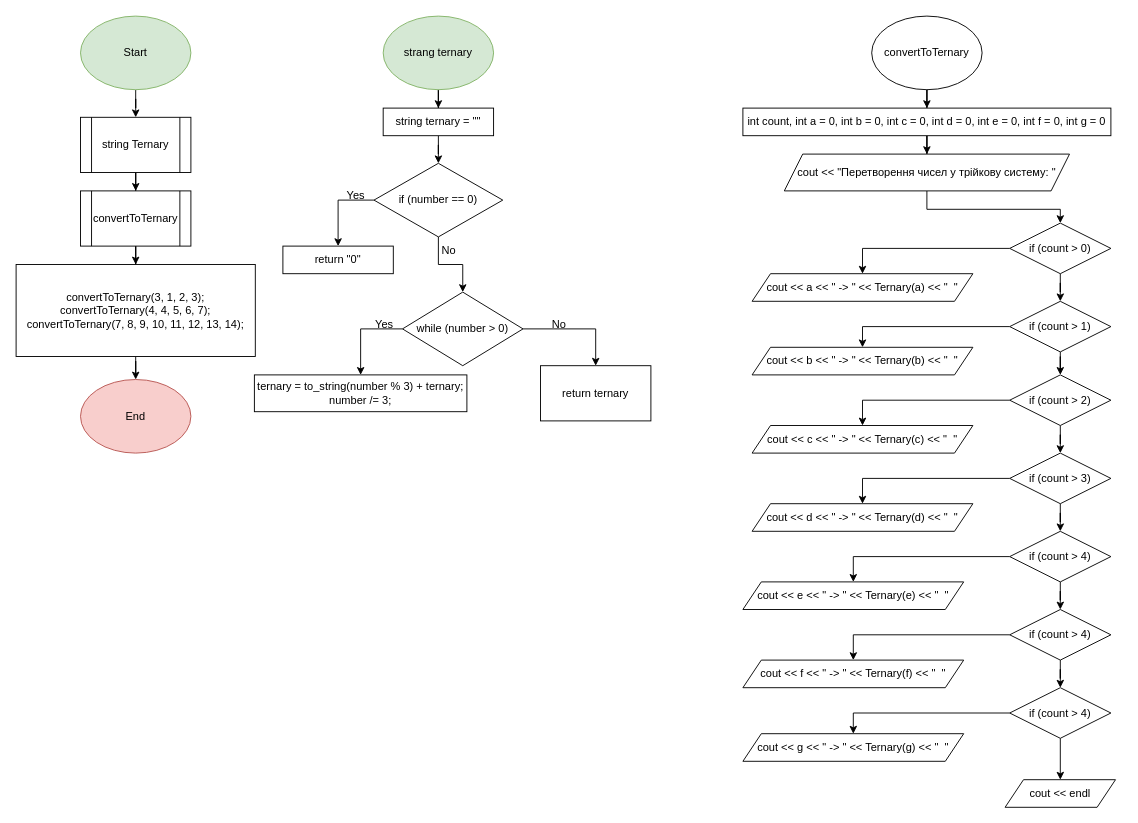
This is ai_11/denys_bodnar/epic_3/Flowcharts/vns_lab_7_task_1_variant_13_denys_bodnar.drawio from artificial-intelligence-department/ai_programming_playground_2024, a draw.io file, before an edit. Source tidied: cells renumbered, new cells numbered last; positions are measured from the earlier drawing's top-left corner, leaving out a move shared by most shapes. Both pictures are drawn from the tidied source at 92%, with x=0, y=0 at pixel (16, 16).
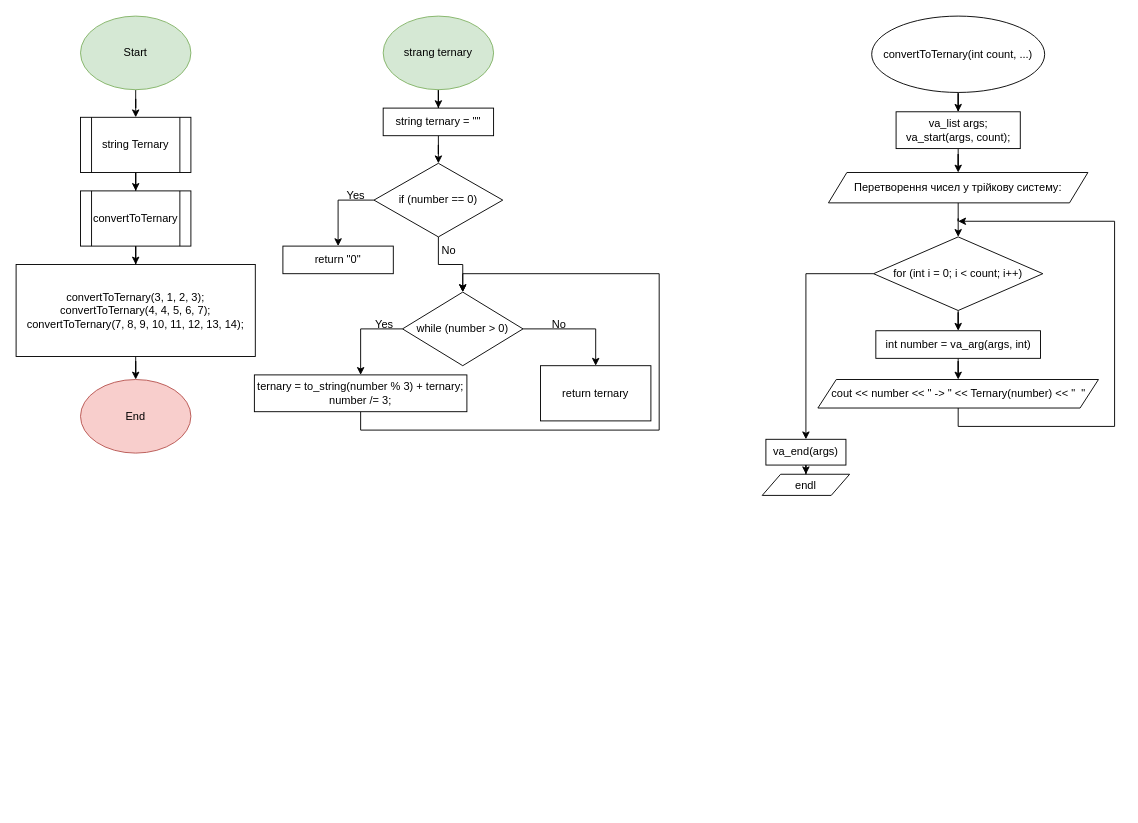
After the change.

Commit message (it also covers changes not shown here):
Changed the code files, flowcharts and reports

Unchanged cells that the change refers to:
```xml
<mxCell id="23" value="while (number &amp;gt; 0)" style="rhombus;whiteSpace=wrap;html=1;" parent="1" vertex="1">
  <mxGeometry x="420" y="300" width="131" height="80" as="geometry" />
</mxCell>
<mxCell id="24" value="&lt;div&gt;ternary = to_string(number % 3) + ternary;&lt;/div&gt;&lt;div&gt;number /= 3;&lt;/div&gt;" style="rounded=0;whiteSpace=wrap;html=1;" parent="1" vertex="1">
  <mxGeometry x="259" y="390" width="231" height="40" as="geometry" />
</mxCell>
```

Change to the diagram source:
```diff
@@
+    <mxCell id="63" style="edgeStyle=orthogonalEdgeStyle;rounded=0;jettySize=auto;html=1;exitX=0.5;exitY=1;exitDx=0;exitDy=0;entryX=0.5;entryY=0;entryDx=0;entryDy=0;" parent="1" edge="1" source="24" target="23">
+      <mxGeometry relative="1" as="geometry">
+        <Array as="points">
+          <mxPoint x="375" y="450" />
+          <mxPoint x="699" y="450" />
+          <mxPoint x="699" y="280" />
+          <mxPoint x="486" y="280" />
+        </Array>
+      </mxGeometry>
+    </mxCell>
@@
-    <mxCell id="29" value="convertToTernary" style="ellipse;whiteSpace=wrap;html=1;" parent="1" vertex="1">
-      <mxGeometry x="930" width="120" height="80" as="geometry" />
+    <mxCell id="29" value="convertToTernary(int count, ...)" style="ellipse;whiteSpace=wrap;html=1;" parent="1" vertex="1">
+      <mxGeometry x="930" width="188" height="83" as="geometry" />
     </mxCell>
-    <mxCell id="30" style="edgeStyle=orthogonalEdgeStyle;rounded=0;jettySize=auto;html=1;" parent="1" edge="1" source="31" target="33">
-      <mxGeometry relative="1" as="geometry" />
-    </mxCell>
+    <mxCell id="64" style="edgeStyle=orthogonalEdgeStyle;rounded=0;jettySize=auto;html=1;" parent="1" edge="1" source="31" target="66">
+      <mxGeometry relative="1" as="geometry" />
+    </mxCell>
-    <mxCell id="31" value="int count, int a = 0, int b = 0, int c = 0, int d = 0, int e = 0, int f = 0, int g = 0" style="rounded=0;whiteSpace=wrap;html=1;" parent="1" vertex="1">
-      <mxGeometry x="790" y="100" width="400" height="30" as="geometry" />
+    <mxCell id="31" value="&lt;div&gt;va_list args;&lt;/div&gt;&lt;div&gt;va_start(args, count);&lt;/div&gt;" style="rounded=0;whiteSpace=wrap;html=1;" parent="1" vertex="1">
+      <mxGeometry x="956.5" y="104" width="135" height="40" as="geometry" />
     </mxCell>
-    <mxCell id="32" style="edgeStyle=orthogonalEdgeStyle;rounded=0;jettySize=auto;html=1;" parent="1" edge="1" source="33" target="36">
-      <mxGeometry relative="1" as="geometry" />
-    </mxCell>
-    <mxCell id="33" value="cout &amp;lt;&amp;lt; &quot;Перетворення чисел у трійкову систему: &quot;" style="shape=parallelogram;perimeter=parallelogramPerimeter;whiteSpace=wrap;html=1;fixedSize=1;rounded=0;" parent="1" vertex="1">
-      <mxGeometry x="835" y="150" width="310" height="40" as="geometry" />
-    </mxCell>
-    <mxCell id="34" style="edgeStyle=orthogonalEdgeStyle;rounded=0;jettySize=auto;html=1;exitX=0;exitY=0.5;exitDx=0;exitDy=0;entryX=0.5;entryY=0;entryDx=0;entryDy=0;" parent="1" edge="1" source="36" target="37">
-      <mxGeometry relative="1" as="geometry" />
-    </mxCell>
-    <mxCell id="35" style="edgeStyle=orthogonalEdgeStyle;rounded=0;jettySize=auto;html=1;" parent="1" edge="1" source="36" target="40">
-      <mxGeometry relative="1" as="geometry" />
-    </mxCell>
-    <mxCell id="36" value="if (count &amp;gt; 0)" style="rhombus;whiteSpace=wrap;html=1;" parent="1" vertex="1">
-      <mxGeometry x="1080" y="225" width="110" height="55" as="geometry" />
-    </mxCell>
-    <mxCell id="37" value="cout &amp;lt;&amp;lt; a &amp;lt;&amp;lt; &quot; -&amp;gt; &quot; &amp;lt;&amp;lt; Ternary(a) &amp;lt;&amp;lt; &quot;&amp;nbsp; &quot;" style="shape=parallelogram;perimeter=parallelogramPerimeter;whiteSpace=wrap;html=1;fixedSize=1;" parent="1" vertex="1">
-      <mxGeometry x="800" y="280" width="240" height="30" as="geometry" />
-    </mxCell>
-    <mxCell id="38" style="edgeStyle=orthogonalEdgeStyle;rounded=0;jettySize=auto;html=1;exitX=0;exitY=0.5;exitDx=0;exitDy=0;entryX=0.5;entryY=0;entryDx=0;entryDy=0;" parent="1" edge="1" source="40" target="41">
-      <mxGeometry relative="1" as="geometry" />
-    </mxCell>
-    <mxCell id="39" style="edgeStyle=orthogonalEdgeStyle;rounded=0;jettySize=auto;html=1;" parent="1" edge="1" source="40" target="44">
-      <mxGeometry relative="1" as="geometry" />
-    </mxCell>
-    <mxCell id="40" value="if (count &amp;gt; 1)" style="rhombus;whiteSpace=wrap;html=1;" parent="1" vertex="1">
-      <mxGeometry x="1080" y="310" width="110" height="55" as="geometry" />
-    </mxCell>
-    <mxCell id="41" value="cout &amp;lt;&amp;lt; b &amp;lt;&amp;lt; &quot; -&amp;gt; &quot; &amp;lt;&amp;lt; Ternary(b) &amp;lt;&amp;lt; &quot;&amp;nbsp; &quot;" style="shape=parallelogram;perimeter=parallelogramPerimeter;whiteSpace=wrap;html=1;fixedSize=1;" parent="1" vertex="1">
-      <mxGeometry x="800" y="360" width="240" height="30" as="geometry" />
-    </mxCell>
-    <mxCell id="42" style="edgeStyle=orthogonalEdgeStyle;rounded=0;jettySize=auto;html=1;exitX=0;exitY=0.5;exitDx=0;exitDy=0;entryX=0.5;entryY=0;entryDx=0;entryDy=0;" parent="1" edge="1" source="44" target="45">
-      <mxGeometry relative="1" as="geometry" />
-    </mxCell>
-    <mxCell id="43" style="edgeStyle=orthogonalEdgeStyle;rounded=0;jettySize=auto;html=1;" parent="1" edge="1" source="44" target="48">
-      <mxGeometry relative="1" as="geometry" />
-    </mxCell>
-    <mxCell id="44" value="if (count &amp;gt; 2)" style="rhombus;whiteSpace=wrap;html=1;" parent="1" vertex="1">
-      <mxGeometry x="1080" y="390" width="110" height="55" as="geometry" />
-    </mxCell>
-    <mxCell id="45" value="cout &amp;lt;&amp;lt; c &amp;lt;&amp;lt; &quot; -&amp;gt; &quot; &amp;lt;&amp;lt; Ternary(c) &amp;lt;&amp;lt; &quot;&amp;nbsp; &quot;" style="shape=parallelogram;perimeter=parallelogramPerimeter;whiteSpace=wrap;html=1;fixedSize=1;" parent="1" vertex="1">
-      <mxGeometry x="800" y="445" width="240" height="30" as="geometry" />
-    </mxCell>
-    <mxCell id="46" style="edgeStyle=orthogonalEdgeStyle;rounded=0;jettySize=auto;html=1;exitX=0;exitY=0.5;exitDx=0;exitDy=0;entryX=0.5;entryY=0;entryDx=0;entryDy=0;" parent="1" edge="1" source="48" target="49">
-      <mxGeometry relative="1" as="geometry" />
-    </mxCell>
-    <mxCell id="47" style="edgeStyle=orthogonalEdgeStyle;rounded=0;jettySize=auto;html=1;" parent="1" edge="1" source="48" target="52">
-      <mxGeometry relative="1" as="geometry" />
-    </mxCell>
-    <mxCell id="48" value="if (count &amp;gt; 3)" style="rhombus;whiteSpace=wrap;html=1;" parent="1" vertex="1">
-      <mxGeometry x="1080" y="475" width="110" height="55" as="geometry" />
-    </mxCell>
-    <mxCell id="49" value="cout &amp;lt;&amp;lt; d &amp;lt;&amp;lt; &quot; -&amp;gt; &quot; &amp;lt;&amp;lt; Ternary(d) &amp;lt;&amp;lt; &quot;&amp;nbsp; &quot;" style="shape=parallelogram;perimeter=parallelogramPerimeter;whiteSpace=wrap;html=1;fixedSize=1;" parent="1" vertex="1">
-      <mxGeometry x="800" y="530" width="240" height="30" as="geometry" />
-    </mxCell>
-    <mxCell id="50" style="edgeStyle=orthogonalEdgeStyle;rounded=0;jettySize=auto;html=1;exitX=0;exitY=0.5;exitDx=0;exitDy=0;entryX=0.5;entryY=0;entryDx=0;entryDy=0;" parent="1" edge="1" source="52" target="53">
-      <mxGeometry relative="1" as="geometry" />
-    </mxCell>
-    <mxCell id="51" style="edgeStyle=orthogonalEdgeStyle;rounded=0;jettySize=auto;html=1;" parent="1" edge="1" source="52" target="56">
-      <mxGeometry relative="1" as="geometry" />
-    </mxCell>
-    <mxCell id="52" value="if (count &amp;gt; 4)" style="rhombus;whiteSpace=wrap;html=1;" parent="1" vertex="1">
-      <mxGeometry x="1080" y="560" width="110" height="55" as="geometry" />
-    </mxCell>
-    <mxCell id="53" value="cout &amp;lt;&amp;lt; e &amp;lt;&amp;lt; &quot; -&amp;gt; &quot; &amp;lt;&amp;lt; Ternary(e) &amp;lt;&amp;lt; &quot;&amp;nbsp; &quot;" style="shape=parallelogram;perimeter=parallelogramPerimeter;whiteSpace=wrap;html=1;fixedSize=1;" parent="1" vertex="1">
-      <mxGeometry x="790" y="615" width="240" height="30" as="geometry" />
-    </mxCell>
-    <mxCell id="54" style="edgeStyle=orthogonalEdgeStyle;rounded=0;jettySize=auto;html=1;" parent="1" edge="1" source="56" target="59">
-      <mxGeometry relative="1" as="geometry" />
-    </mxCell>
-    <mxCell id="55" style="edgeStyle=orthogonalEdgeStyle;rounded=0;jettySize=auto;html=1;exitX=0;exitY=0.5;exitDx=0;exitDy=0;entryX=0.5;entryY=0;entryDx=0;entryDy=0;" parent="1" edge="1" source="56" target="60">
-      <mxGeometry relative="1" as="geometry" />
-    </mxCell>
-    <mxCell id="56" value="if (count &amp;gt; 4)" style="rhombus;whiteSpace=wrap;html=1;" parent="1" vertex="1">
-      <mxGeometry x="1080" y="645" width="110" height="55" as="geometry" />
-    </mxCell>
-    <mxCell id="57" style="edgeStyle=orthogonalEdgeStyle;rounded=0;jettySize=auto;html=1;exitX=0;exitY=0.5;exitDx=0;exitDy=0;entryX=0.5;entryY=0;entryDx=0;entryDy=0;" parent="1" edge="1" source="59" target="61">
-      <mxGeometry relative="1" as="geometry" />
-    </mxCell>
-    <mxCell id="58" style="edgeStyle=orthogonalEdgeStyle;rounded=0;jettySize=auto;html=1;" parent="1" edge="1" source="59" target="62">
-      <mxGeometry relative="1" as="geometry" />
-    </mxCell>
-    <mxCell id="59" value="if (count &amp;gt; 4)" style="rhombus;whiteSpace=wrap;html=1;" parent="1" vertex="1">
-      <mxGeometry x="1080" y="730" width="110" height="55" as="geometry" />
-    </mxCell>
-    <mxCell id="60" value="cout &amp;lt;&amp;lt; f &amp;lt;&amp;lt; &quot; -&amp;gt; &quot; &amp;lt;&amp;lt; Ternary(f) &amp;lt;&amp;lt; &quot;&amp;nbsp; &quot;" style="shape=parallelogram;perimeter=parallelogramPerimeter;whiteSpace=wrap;html=1;fixedSize=1;" parent="1" vertex="1">
-      <mxGeometry x="790" y="700" width="240" height="30" as="geometry" />
-    </mxCell>
-    <mxCell id="61" value="cout &amp;lt;&amp;lt; g &amp;lt;&amp;lt; &quot; -&amp;gt; &quot; &amp;lt;&amp;lt; Ternary(g) &amp;lt;&amp;lt; &quot;&amp;nbsp; &quot;" style="shape=parallelogram;perimeter=parallelogramPerimeter;whiteSpace=wrap;html=1;fixedSize=1;" parent="1" vertex="1">
-      <mxGeometry x="790" y="780" width="240" height="30" as="geometry" />
-    </mxCell>
-    <mxCell id="62" value="cout &amp;lt;&amp;lt; endl" style="shape=parallelogram;perimeter=parallelogramPerimeter;whiteSpace=wrap;html=1;fixedSize=1;" parent="1" vertex="1">
-      <mxGeometry x="1075" y="830" width="120" height="30" as="geometry" />
-    </mxCell>
+    <mxCell id="65" style="edgeStyle=orthogonalEdgeStyle;rounded=0;jettySize=auto;html=1;" parent="1" edge="1" source="66" target="69">
+      <mxGeometry relative="1" as="geometry" />
+    </mxCell>
+    <mxCell id="66" value="Перетворення чисел у трійкову систему:" style="shape=parallelogram;perimeter=parallelogramPerimeter;whiteSpace=wrap;html=1;fixedSize=1;" parent="1" vertex="1">
+      <mxGeometry x="883" y="170" width="282" height="33" as="geometry" />
+    </mxCell>
+    <mxCell id="67" style="edgeStyle=orthogonalEdgeStyle;rounded=0;jettySize=auto;html=1;" parent="1" edge="1" source="69" target="71">
+      <mxGeometry relative="1" as="geometry" />
+    </mxCell>
+    <mxCell id="68" style="edgeStyle=orthogonalEdgeStyle;rounded=0;jettySize=auto;html=1;exitX=0;exitY=0.5;exitDx=0;exitDy=0;entryX=0.5;entryY=0;entryDx=0;entryDy=0;" parent="1" edge="1" source="69" target="75">
+      <mxGeometry relative="1" as="geometry" />
+    </mxCell>
+    <mxCell id="69" value="for (int i = 0; i &amp;lt; count; i++)" style="rhombus;whiteSpace=wrap;html=1;" parent="1" vertex="1">
+      <mxGeometry x="932" y="240" width="184" height="80" as="geometry" />
+    </mxCell>
+    <mxCell id="70" style="edgeStyle=orthogonalEdgeStyle;rounded=0;jettySize=auto;html=1;" parent="1" edge="1" source="71" target="73">
+      <mxGeometry relative="1" as="geometry" />
+    </mxCell>
+    <mxCell id="71" value="int number = va_arg(args, int)" style="rounded=0;whiteSpace=wrap;html=1;" parent="1" vertex="1">
+      <mxGeometry x="934.5" y="342" width="179" height="30" as="geometry" />
+    </mxCell>
+    <mxCell id="72" style="edgeStyle=orthogonalEdgeStyle;rounded=0;jettySize=auto;html=1;exitX=0.5;exitY=1;exitDx=0;exitDy=0;" parent="1" edge="1" source="73">
+      <mxGeometry relative="1" as="geometry">
+        <mxPoint x="1024" y="223" as="targetPoint" />
+        <Array as="points">
+          <mxPoint x="1024" y="446" />
+          <mxPoint x="1194" y="446" />
+          <mxPoint x="1194" y="223" />
+        </Array>
+      </mxGeometry>
+    </mxCell>
+    <mxCell id="73" value="cout &amp;lt;&amp;lt; number &amp;lt;&amp;lt; &quot; -&amp;gt; &quot; &amp;lt;&amp;lt; Ternary(number) &amp;lt;&amp;lt; &quot;&amp;nbsp; &quot;" style="shape=parallelogram;perimeter=parallelogramPerimeter;whiteSpace=wrap;html=1;fixedSize=1;" parent="1" vertex="1">
+      <mxGeometry x="871.5" y="395" width="305" height="31" as="geometry" />
+    </mxCell>
+    <mxCell id="74" style="edgeStyle=orthogonalEdgeStyle;rounded=0;jettySize=auto;html=1;" parent="1" edge="1" source="75" target="76">
+      <mxGeometry relative="1" as="geometry" />
+    </mxCell>
+    <mxCell id="75" value="va_end(args)" style="rounded=0;whiteSpace=wrap;html=1;" parent="1" vertex="1">
+      <mxGeometry x="815" y="460" width="87" height="28" as="geometry" />
+    </mxCell>
+    <mxCell id="76" value="endl" style="shape=parallelogram;perimeter=parallelogramPerimeter;whiteSpace=wrap;html=1;fixedSize=1;" parent="1" vertex="1">
+      <mxGeometry x="811" y="498" width="95" height="23" as="geometry" />
+    </mxCell>
```
